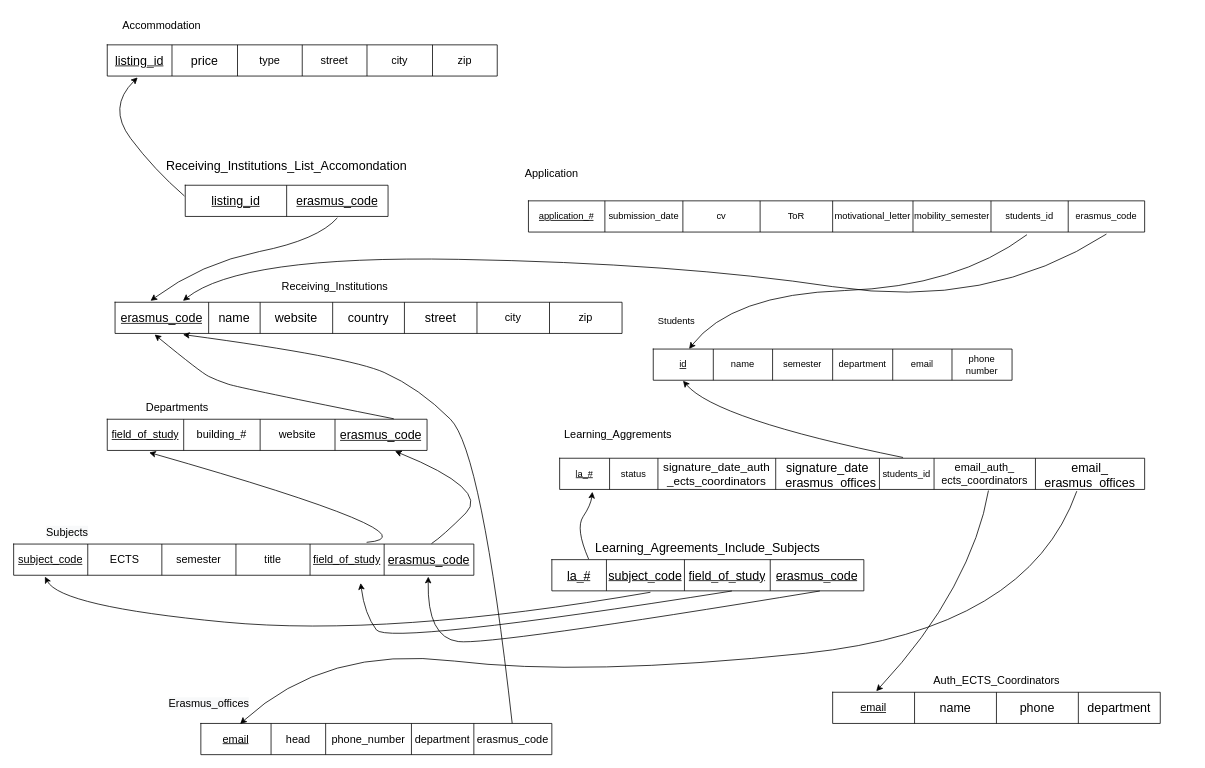
Earlier version of the draw.io diagram deliverable_1/relational_schema2.drawio (tklioupis/DB_project). Source tidied: cells renumbered, new cells numbered last; positions are measured from the earlier drawing's top-left corner, leaving out a move shared by most shapes. Both pictures are drawn from the tidied source at 78%, with x=0, y=0 at pixel (13, 13).
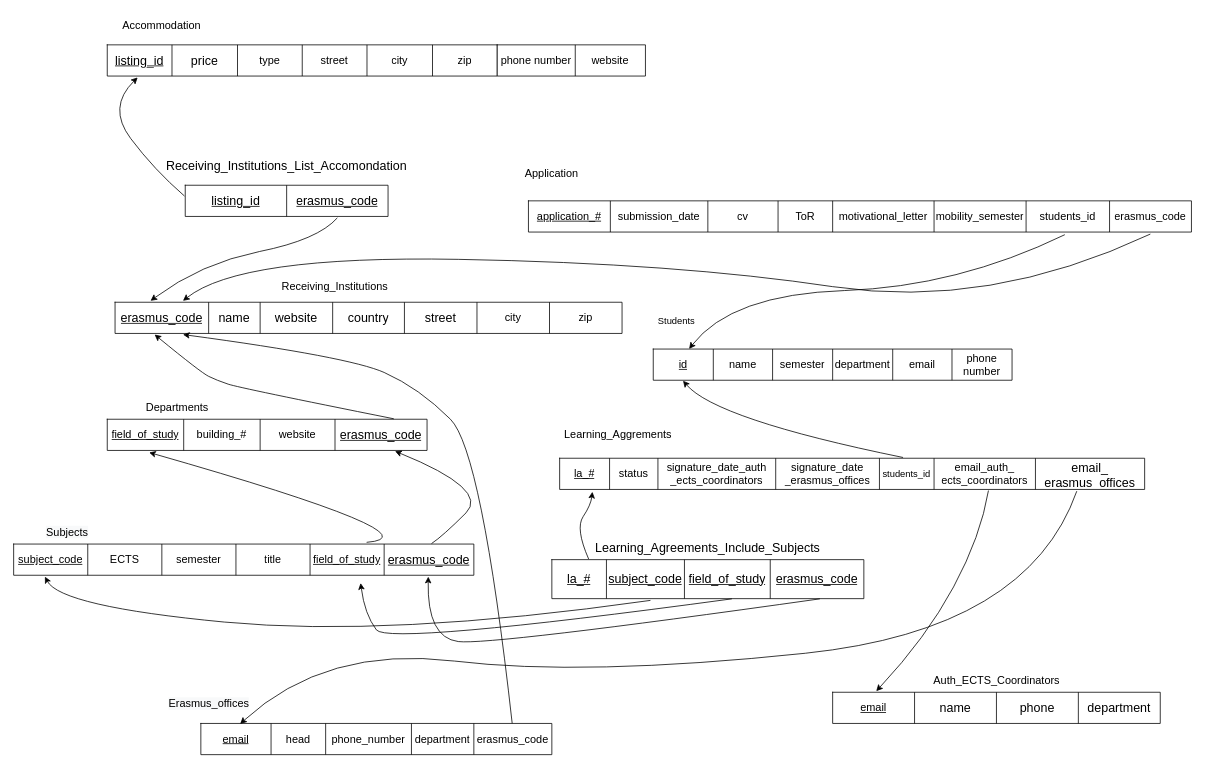
The same diagram, later.

Commit message (it also covers changes not shown here):
updated relational schema

Unchanged cells that the change refers to:
```xml
<mxCell id="15" style="shape=tableRow;horizontal=0;startSize=0;swimlaneHead=0;swimlaneBody=0;top=0;left=0;bottom=0;right=0;fillColor=none;points=[[0,0.5],[1,0.5]];portConstraint=eastwest;" parent="14" vertex="1">
  <mxGeometry width="460" height="40" as="geometry" />
</mxCell>
<mxCell id="24" style="shape=tableRow;horizontal=0;startSize=0;swimlaneHead=0;swimlaneBody=0;top=0;left=0;bottom=0;right=0;fillColor=none;points=[[0,0.5],[1,0.5]];portConstraint=eastwest;" parent="23" vertex="1">
  <mxGeometry width="750" height="40" as="geometry" />
</mxCell>
<mxCell id="35" style="shape=tableRow;horizontal=0;startSize=0;swimlaneHead=0;swimlaneBody=0;top=0;left=0;bottom=0;right=0;fillColor=none;points=[[0,0.5],[1,0.5]];portConstraint=eastwest;fontSize=14;" parent="34" vertex="1">
  <mxGeometry width="420" height="40" as="geometry" />
</mxCell>
```

What changed in the source:
```diff
@@
     <mxCell id="3" style="shape=table;startSize=0;childLayout=tableLayout;" parent="1" vertex="1">
-      <mxGeometry x="660" y="240" width="790" height="40" as="geometry" />
+      <mxGeometry x="660" y="240" width="850" height="40" as="geometry" />
     </mxCell>
     <mxCell id="4" style="shape=tableRow;horizontal=0;startSize=0;swimlaneHead=0;swimlaneBody=0;top=0;left=0;bottom=0;right=0;fillColor=none;points=[[0,0.5],[1,0.5]];portConstraint=eastwest;" parent="3" vertex="1">
-      <mxGeometry width="790" height="40" as="geometry" />
+      <mxGeometry width="850" height="40" as="geometry" />
     </mxCell>
-    <mxCell id="5" value="&lt;u&gt;application_#&lt;/u&gt;" style="shape=partialRectangle;html=1;whiteSpace=wrap;overflow=hidden;fillColor=none;top=0;left=0;bottom=0;right=0;" parent="4" vertex="1">
-      <mxGeometry width="98" height="40" as="geometry" />
+    <mxCell id="5" value="&lt;u&gt;&lt;font style=&quot;font-size: 14px;&quot;&gt;application_#&lt;/font&gt;&lt;/u&gt;" style="shape=partialRectangle;html=1;whiteSpace=wrap;overflow=hidden;fillColor=none;top=0;left=0;bottom=0;right=0;" parent="4" vertex="1">
+      <mxGeometry width="105" height="40" as="geometry" />
     </mxCell>
-    <mxCell id="6" value="submission_date" style="shape=partialRectangle;html=1;whiteSpace=wrap;overflow=hidden;fillColor=none;top=0;left=0;bottom=0;right=0;" parent="4" vertex="1">
-      <mxGeometry x="98" width="100" height="40" as="geometry" />
+    <mxCell id="6" value="&lt;font style=&quot;font-size: 14px;&quot;&gt;submission_date&lt;/font&gt;" style="shape=partialRectangle;html=1;whiteSpace=wrap;overflow=hidden;fillColor=none;top=0;left=0;bottom=0;right=0;" parent="4" vertex="1">
+      <mxGeometry x="105" width="125" height="40" as="geometry" />
     </mxCell>
-    <mxCell id="7" value="cv" style="shape=partialRectangle;html=1;whiteSpace=wrap;overflow=hidden;fillColor=none;top=0;left=0;bottom=0;right=0;" parent="4" vertex="1">
-      <mxGeometry x="198" width="99" height="40" as="geometry" />
+    <mxCell id="7" value="&lt;font style=&quot;font-size: 14px;&quot;&gt;cv&lt;/font&gt;" style="shape=partialRectangle;html=1;whiteSpace=wrap;overflow=hidden;fillColor=none;top=0;left=0;bottom=0;right=0;" parent="4" vertex="1">
+      <mxGeometry x="230" width="90" height="40" as="geometry" />
     </mxCell>
-    <mxCell id="8" value="ToR" style="shape=partialRectangle;html=1;whiteSpace=wrap;overflow=hidden;fillColor=none;top=0;left=0;bottom=0;right=0;" parent="4" vertex="1">
-      <mxGeometry x="297" width="93" height="40" as="geometry" />
+    <mxCell id="8" value="&lt;font style=&quot;font-size: 14px;&quot;&gt;ToR&lt;/font&gt;" style="shape=partialRectangle;html=1;whiteSpace=wrap;overflow=hidden;fillColor=none;top=0;left=0;bottom=0;right=0;" parent="4" vertex="1">
+      <mxGeometry x="320" width="70" height="40" as="geometry" />
     </mxCell>
-    <mxCell id="9" value="motivational_letter" style="shape=partialRectangle;html=1;whiteSpace=wrap;overflow=hidden;fillColor=none;top=0;left=0;bottom=0;right=0;" parent="4" vertex="1">
-      <mxGeometry x="390" width="103" height="40" as="geometry" />
+    <mxCell id="9" value="&lt;font style=&quot;font-size: 14px;&quot;&gt;motivational_letter&lt;/font&gt;" style="shape=partialRectangle;html=1;whiteSpace=wrap;overflow=hidden;fillColor=none;top=0;left=0;bottom=0;right=0;" parent="4" vertex="1">
+      <mxGeometry x="390" width="130" height="40" as="geometry" />
     </mxCell>
-    <mxCell id="10" value="mobility_semester" style="shape=partialRectangle;html=1;whiteSpace=wrap;overflow=hidden;fillColor=none;top=0;left=0;bottom=0;right=0;" parent="4" vertex="1">
-      <mxGeometry x="493" width="100" height="40" as="geometry" />
+    <mxCell id="10" value="&lt;font style=&quot;font-size: 14px;&quot;&gt;mobility_semester&lt;/font&gt;" style="shape=partialRectangle;html=1;whiteSpace=wrap;overflow=hidden;fillColor=none;top=0;left=0;bottom=0;right=0;" parent="4" vertex="1">
+      <mxGeometry x="520" width="118" height="40" as="geometry" />
     </mxCell>
-    <mxCell id="11" value="students_id" style="shape=partialRectangle;html=1;whiteSpace=wrap;overflow=hidden;fillColor=none;top=0;left=0;bottom=0;right=0;" parent="4" vertex="1">
-      <mxGeometry x="593" width="99" height="40" as="geometry" />
+    <mxCell id="11" value="&lt;font style=&quot;font-size: 14px;&quot;&gt;students_id&lt;/font&gt;" style="shape=partialRectangle;html=1;whiteSpace=wrap;overflow=hidden;fillColor=none;top=0;left=0;bottom=0;right=0;" parent="4" vertex="1">
+      <mxGeometry x="638" width="107" height="40" as="geometry" />
     </mxCell>
-    <mxCell id="12" value="erasmus_code" style="shape=partialRectangle;html=1;whiteSpace=wrap;overflow=hidden;fillColor=none;top=0;left=0;bottom=0;right=0;" parent="4" vertex="1">
-      <mxGeometry x="692" width="98" height="40" as="geometry" />
+    <mxCell id="12" value="&lt;font style=&quot;font-size: 14px;&quot;&gt;erasmus_code&lt;/font&gt;" style="shape=partialRectangle;html=1;whiteSpace=wrap;overflow=hidden;fillColor=none;top=0;left=0;bottom=0;right=0;" parent="4" vertex="1">
+      <mxGeometry x="745" width="105" height="40" as="geometry" />
     </mxCell>
@@
-    <mxCell id="16" value="&lt;u&gt;id&lt;/u&gt;" style="shape=partialRectangle;html=1;whiteSpace=wrap;overflow=hidden;fillColor=none;top=0;left=0;bottom=0;right=0;" parent="15" vertex="1">
+    <mxCell id="16" value="&lt;u&gt;&lt;font style=&quot;font-size: 14px;&quot;&gt;id&lt;/font&gt;&lt;/u&gt;" style="shape=partialRectangle;html=1;whiteSpace=wrap;overflow=hidden;fillColor=none;top=0;left=0;bottom=0;right=0;" parent="15" vertex="1">
       <mxGeometry width="77" height="40" as="geometry" />
     </mxCell>
-    <mxCell id="17" value="name" style="shape=partialRectangle;html=1;whiteSpace=wrap;overflow=hidden;fillColor=none;top=0;left=0;bottom=0;right=0;" parent="15" vertex="1">
+    <mxCell id="17" value="&lt;font style=&quot;font-size: 14px;&quot;&gt;name&lt;/font&gt;" style="shape=partialRectangle;html=1;whiteSpace=wrap;overflow=hidden;fillColor=none;top=0;left=0;bottom=0;right=0;" parent="15" vertex="1">
       <mxGeometry x="77" width="76" height="40" as="geometry" />
     </mxCell>
-    <mxCell id="18" value="semester" style="shape=partialRectangle;html=1;whiteSpace=wrap;overflow=hidden;fillColor=none;top=0;left=0;bottom=0;right=0;" parent="15" vertex="1">
+    <mxCell id="18" value="&lt;font style=&quot;font-size: 14px;&quot;&gt;semester&lt;/font&gt;" style="shape=partialRectangle;html=1;whiteSpace=wrap;overflow=hidden;fillColor=none;top=0;left=0;bottom=0;right=0;" parent="15" vertex="1">
       <mxGeometry x="153" width="77" height="40" as="geometry" />
     </mxCell>
-    <mxCell id="19" value="department" style="shape=partialRectangle;html=1;whiteSpace=wrap;overflow=hidden;fillColor=none;top=0;left=0;bottom=0;right=0;" parent="15" vertex="1">
+    <mxCell id="19" value="&lt;font style=&quot;font-size: 14px;&quot;&gt;department&lt;/font&gt;" style="shape=partialRectangle;html=1;whiteSpace=wrap;overflow=hidden;fillColor=none;top=0;left=0;bottom=0;right=0;" parent="15" vertex="1">
       <mxGeometry x="230" width="77" height="40" as="geometry" />
     </mxCell>
-    <mxCell id="20" value="email" style="shape=partialRectangle;html=1;whiteSpace=wrap;overflow=hidden;fillColor=none;top=0;left=0;bottom=0;right=0;" parent="15" vertex="1">
+    <mxCell id="20" value="&lt;font style=&quot;font-size: 14px;&quot;&gt;email&lt;/font&gt;" style="shape=partialRectangle;html=1;whiteSpace=wrap;overflow=hidden;fillColor=none;top=0;left=0;bottom=0;right=0;" parent="15" vertex="1">
       <mxGeometry x="307" width="76" height="40" as="geometry" />
     </mxCell>
-    <mxCell id="21" value="phone number" style="shape=partialRectangle;html=1;whiteSpace=wrap;overflow=hidden;fillColor=none;top=0;left=0;bottom=0;right=0;" parent="15" vertex="1">
+    <mxCell id="21" value="&lt;font style=&quot;font-size: 14px;&quot;&gt;phone number&lt;/font&gt;" style="shape=partialRectangle;html=1;whiteSpace=wrap;overflow=hidden;fillColor=none;top=0;left=0;bottom=0;right=0;" parent="15" vertex="1">
       <mxGeometry x="383" width="77" height="40" as="geometry" />
     </mxCell>
@@
-    <mxCell id="25" value="&lt;u&gt;la_#&lt;/u&gt;" style="shape=partialRectangle;html=1;whiteSpace=wrap;overflow=hidden;fillColor=none;top=0;left=0;bottom=0;right=0;" parent="24" vertex="1">
+    <mxCell id="25" value="&lt;u&gt;&lt;font style=&quot;font-size: 14px;&quot;&gt;la_#&lt;/font&gt;&lt;/u&gt;" style="shape=partialRectangle;html=1;whiteSpace=wrap;overflow=hidden;fillColor=none;top=0;left=0;bottom=0;right=0;" parent="24" vertex="1">
       <mxGeometry width="64" height="40" as="geometry" />
     </mxCell>
-    <mxCell id="26" value="status" style="shape=partialRectangle;html=1;whiteSpace=wrap;overflow=hidden;fillColor=none;top=0;left=0;bottom=0;right=0;" parent="24" vertex="1">
+    <mxCell id="26" value="&lt;font style=&quot;font-size: 14px;&quot;&gt;status&lt;/font&gt;" style="shape=partialRectangle;html=1;whiteSpace=wrap;overflow=hidden;fillColor=none;top=0;left=0;bottom=0;right=0;" parent="24" vertex="1">
       <mxGeometry x="64" width="62" height="40" as="geometry" />
     </mxCell>
-    <mxCell id="27" value="&lt;span id=&quot;docs-internal-guid-97b3a82b-7fff-ff55-457f-364d3014ab1f&quot;&gt;&lt;span style=&quot;font-family: Calibri, sans-serif; background-color: transparent; font-variant-numeric: normal; font-variant-east-asian: normal; vertical-align: baseline;&quot;&gt;&lt;font style=&quot;font-size: 15px;&quot;&gt;signature_date_auth&lt;br&gt;_ects_coordinators&lt;/font&gt;&lt;/span&gt;&lt;/span&gt;" style="shape=partialRectangle;html=1;whiteSpace=wrap;overflow=hidden;fillColor=none;top=0;left=0;bottom=0;right=0;" parent="24" vertex="1">
+    <mxCell id="27" value="&lt;span id=&quot;docs-internal-guid-97b3a82b-7fff-ff55-457f-364d3014ab1f&quot;&gt;&lt;span style=&quot;font-family: Calibri, sans-serif; background-color: transparent; font-variant-numeric: normal; font-variant-east-asian: normal; vertical-align: baseline;&quot;&gt;&lt;font style=&quot;font-size: 14px;&quot;&gt;signature_date_auth&lt;br&gt;_ects_coordinators&lt;/font&gt;&lt;/span&gt;&lt;/span&gt;" style="shape=partialRectangle;html=1;whiteSpace=wrap;overflow=hidden;fillColor=none;top=0;left=0;bottom=0;right=0;" parent="24" vertex="1">
       <mxGeometry x="126" width="151" height="40" as="geometry" />
     </mxCell>
-    <mxCell id="28" value="&lt;span id=&quot;docs-internal-guid-39a72c36-7fff-290a-e951-237e7269f685&quot;&gt;&lt;span style=&quot;font-size: 12pt; font-family: Calibri, sans-serif; background-color: transparent; font-variant-numeric: normal; font-variant-east-asian: normal; vertical-align: baseline;&quot;&gt;signature_date&lt;br&gt;_erasmus_offices&lt;/span&gt;&lt;/span&gt;" style="shape=partialRectangle;html=1;whiteSpace=wrap;overflow=hidden;fillColor=none;top=0;left=0;bottom=0;right=0;" parent="24" vertex="1">
+    <mxCell id="28" value="&lt;span id=&quot;docs-internal-guid-39a72c36-7fff-290a-e951-237e7269f685&quot;&gt;&lt;span style=&quot;font-family: Calibri, sans-serif; background-color: transparent; font-variant-numeric: normal; font-variant-east-asian: normal; vertical-align: baseline;&quot;&gt;&lt;font style=&quot;font-size: 14px;&quot;&gt;signature_date&lt;br&gt;_erasmus_offices&lt;/font&gt;&lt;/span&gt;&lt;/span&gt;" style="shape=partialRectangle;html=1;whiteSpace=wrap;overflow=hidden;fillColor=none;top=0;left=0;bottom=0;right=0;" parent="24" vertex="1">
       <mxGeometry x="277" width="133" height="40" as="geometry" />
     </mxCell>
@@
-    <mxCell id="39" value="&lt;span id=&quot;docs-internal-guid-26faadc9-7fff-8fd3-aec6-87aef611e442&quot;&gt;&lt;span style=&quot;font-size: 12pt; font-family: Calibri, sans-serif; background-color: transparent; font-variant-numeric: normal; font-variant-east-asian: normal; vertical-align: baseline;&quot;&gt;department&lt;/span&gt;&lt;/span&gt;" style="shape=partialRectangle;html=1;whiteSpace=wrap;overflow=hidden;fillColor=none;top=0;left=0;bottom=0;right=0;fontSize=14;" parent="35" vertex="1">
+    <mxCell id="39" value="&lt;span id=&quot;docs-internal-guid-26faadc9-7fff-8fd3-aec6-87aef611e442&quot;&gt;&lt;span style=&quot;font-family: Calibri, sans-serif; background-color: transparent; font-variant-numeric: normal; font-variant-east-asian: normal; vertical-align: baseline;&quot;&gt;&lt;font style=&quot;font-size: 16px;&quot;&gt;department&lt;/font&gt;&lt;/span&gt;&lt;/span&gt;" style="shape=partialRectangle;html=1;whiteSpace=wrap;overflow=hidden;fillColor=none;top=0;left=0;bottom=0;right=0;fontSize=14;" parent="35" vertex="1">
       <mxGeometry x="315" width="105" height="40" as="geometry" />
     </mxCell>
@@
     <mxCell id="98" style="shape=table;startSize=0;childLayout=tableLayout;fontSize=14;" parent="1" vertex="1">
-      <mxGeometry x="690" y="700" width="400" height="40" as="geometry" />
+      <mxGeometry x="690" y="700" width="400" height="50" as="geometry" />
     </mxCell>
     <mxCell id="99" style="shape=tableRow;horizontal=0;startSize=0;swimlaneHead=0;swimlaneBody=0;top=0;left=0;bottom=0;right=0;fillColor=none;points=[[0,0.5],[1,0.5]];portConstraint=eastwest;fontSize=14;" parent="98" vertex="1">
-      <mxGeometry width="400" height="40" as="geometry" />
+      <mxGeometry width="400" height="50" as="geometry" />
     </mxCell>
     <mxCell id="100" value="&lt;span id=&quot;docs-internal-guid-bede7b99-7fff-91e9-fce9-5d795e99a908&quot;&gt;&lt;span style=&quot;font-size: 12pt; font-family: Calibri, sans-serif; background-color: transparent; font-variant-numeric: normal; font-variant-east-asian: normal; vertical-align: baseline;&quot;&gt;&lt;u&gt;la_#&lt;/u&gt;&lt;/span&gt;&lt;/span&gt;" style="shape=partialRectangle;html=1;whiteSpace=wrap;overflow=hidden;fillColor=none;top=0;left=0;bottom=0;right=0;fontSize=14;" parent="99" vertex="1">
-      <mxGeometry width="70" height="40" as="geometry" />
+      <mxGeometry width="70" height="50" as="geometry" />
     </mxCell>
     <mxCell id="101" value="&lt;span id=&quot;docs-internal-guid-7b2e7d94-7fff-a479-b27b-6fadd19bccbd&quot;&gt;&lt;span style=&quot;font-size: 12pt; font-family: Calibri, sans-serif; background-color: transparent; font-variant-numeric: normal; font-variant-east-asian: normal; vertical-align: baseline;&quot;&gt;&lt;u&gt;subject_code&lt;/u&gt;&lt;/span&gt;&lt;/span&gt;" style="shape=partialRectangle;html=1;whiteSpace=wrap;overflow=hidden;fillColor=none;top=0;left=0;bottom=0;right=0;fontSize=14;" parent="99" vertex="1">
-      <mxGeometry x="70" width="100" height="40" as="geometry" />
+      <mxGeometry x="70" width="100" height="50" as="geometry" />
     </mxCell>
     <mxCell id="102" value="&lt;span id=&quot;docs-internal-guid-5438b824-7fff-b81c-2e26-1fc8995da403&quot;&gt;&lt;p style=&quot;line-height:1.2;text-align: justify;margin-top:0pt;margin-bottom:0pt;&quot; dir=&quot;ltr&quot;&gt;&lt;span style=&quot;font-size: 12pt; font-family: Calibri, sans-serif; background-color: transparent; font-variant-numeric: normal; font-variant-east-asian: normal; vertical-align: baseline;&quot;&gt;&lt;u&gt;field_of_study&lt;/u&gt;&lt;/span&gt;&lt;/p&gt;&lt;/span&gt;" style="shape=partialRectangle;html=1;whiteSpace=wrap;overflow=hidden;fillColor=none;top=0;left=0;bottom=0;right=0;fontSize=14;" parent="99" vertex="1">
-      <mxGeometry x="170" width="110" height="40" as="geometry" />
+      <mxGeometry x="170" width="110" height="50" as="geometry" />
     </mxCell>
     <mxCell id="103" value="&lt;span id=&quot;docs-internal-guid-254347fa-7fff-cae4-8533-c1349167234a&quot;&gt;&lt;span style=&quot;font-size: 12pt; font-family: Calibri, sans-serif; background-color: transparent; font-variant-numeric: normal; font-variant-east-asian: normal; vertical-align: baseline;&quot;&gt;&lt;u&gt;erasmus_code&lt;/u&gt;&lt;/span&gt;&lt;/span&gt;" style="shape=partialRectangle;html=1;whiteSpace=wrap;overflow=hidden;fillColor=none;top=0;left=0;bottom=0;right=0;fontSize=14;" parent="99" vertex="1">
-      <mxGeometry x="280" width="120" height="40" as="geometry" />
+      <mxGeometry x="280" width="120" height="50" as="geometry" />
     </mxCell>
@@
+    <mxCell id="109" style="shape=table;startSize=0;childLayout=tableLayout;" parent="1" vertex="1">
+      <mxGeometry x="620" y="40" width="190" height="40" as="geometry" />
+    </mxCell>
+    <mxCell id="110" style="shape=tableRow;horizontal=0;startSize=0;swimlaneHead=0;swimlaneBody=0;top=0;left=0;bottom=0;right=0;fillColor=none;" parent="109" vertex="1">
+      <mxGeometry width="190" height="40" as="geometry" />
+    </mxCell>
+    <mxCell id="111" value="&lt;font style=&quot;font-size: 14px;&quot;&gt;phone number&lt;/font&gt;" style="shape=partialRectangle;html=1;whiteSpace=wrap;overflow=hidden;fillColor=none;top=0;left=0;bottom=0;right=0;" parent="110" vertex="1">
+      <mxGeometry width="100" height="40" as="geometry" />
+    </mxCell>
+    <mxCell id="112" value="&lt;font style=&quot;font-size: 14px;&quot;&gt;website&lt;/font&gt;" style="shape=partialRectangle;html=1;whiteSpace=wrap;overflow=hidden;fillColor=none;top=0;left=0;bottom=0;right=0;" parent="110" vertex="1">
+      <mxGeometry x="100" width="90" height="40" as="geometry" />
+    </mxCell>
```
